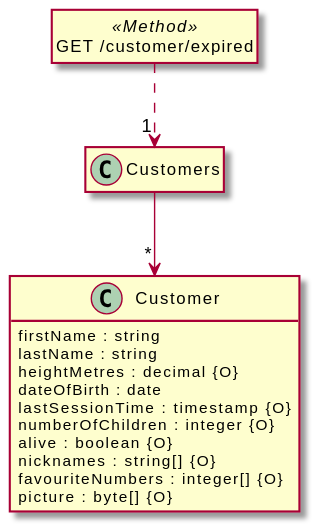
Above: src/docs/tests/path-returns-ref.puml.svg in davidmoten/openapi-to-plantuml (PlantUML), before the change.
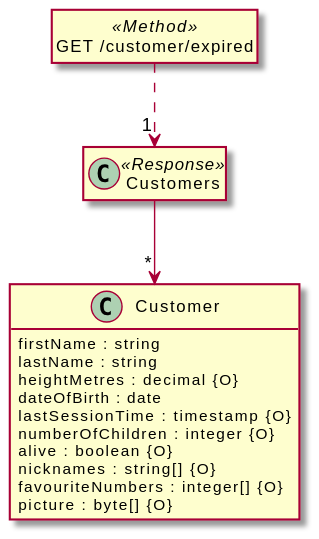
Above is the later version.

Diff of the diagram source:
```diff
@@ -17,7 +17,7 @@
   picture : byte[] {O}
 }
 
-class "Customers" {
+class "Customers" <<Response>> {
 }
 
 class "GET /customer/expired" <<Method>> {
```
